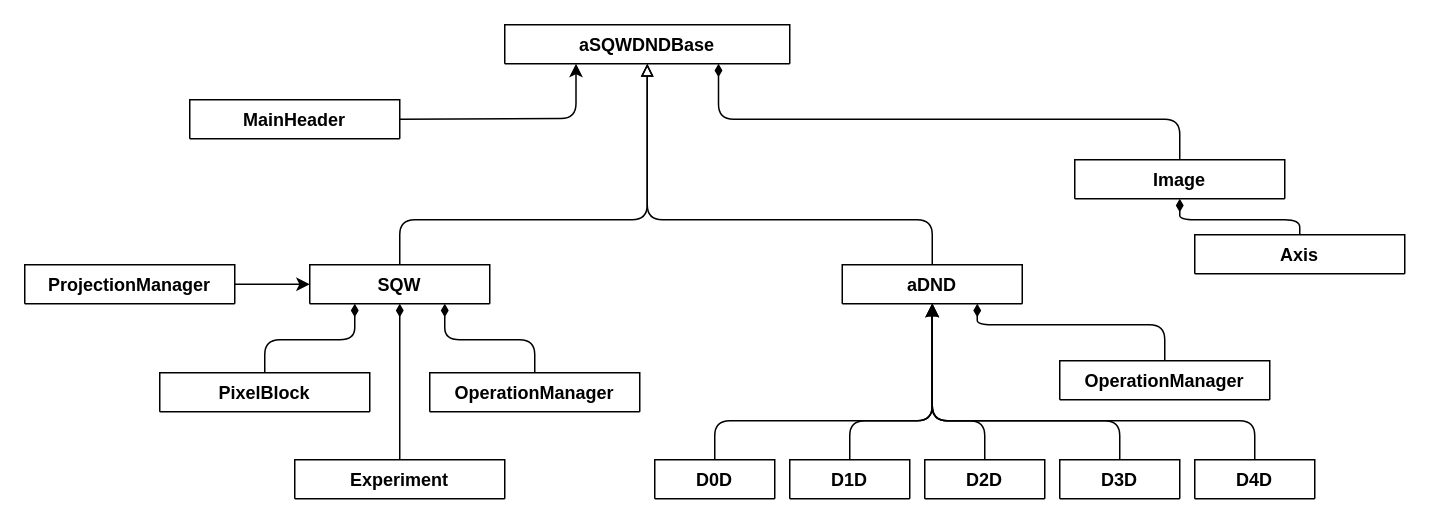
pace-neutrons/Horace keeps this draw.io diagram as page "SQW-DND" (4 of 4) of documentation/diagrams/sqw-dnd.drawio. Above is the earlier version. Source tidied: cells renumbered, new cells numbered last; positions are measured from the earlier drawing's top-left corner, leaving out a move shared by most shapes. Both pictures are drawn from the tidied source at 150%, with x=0, y=0 at pixel (24, 24).
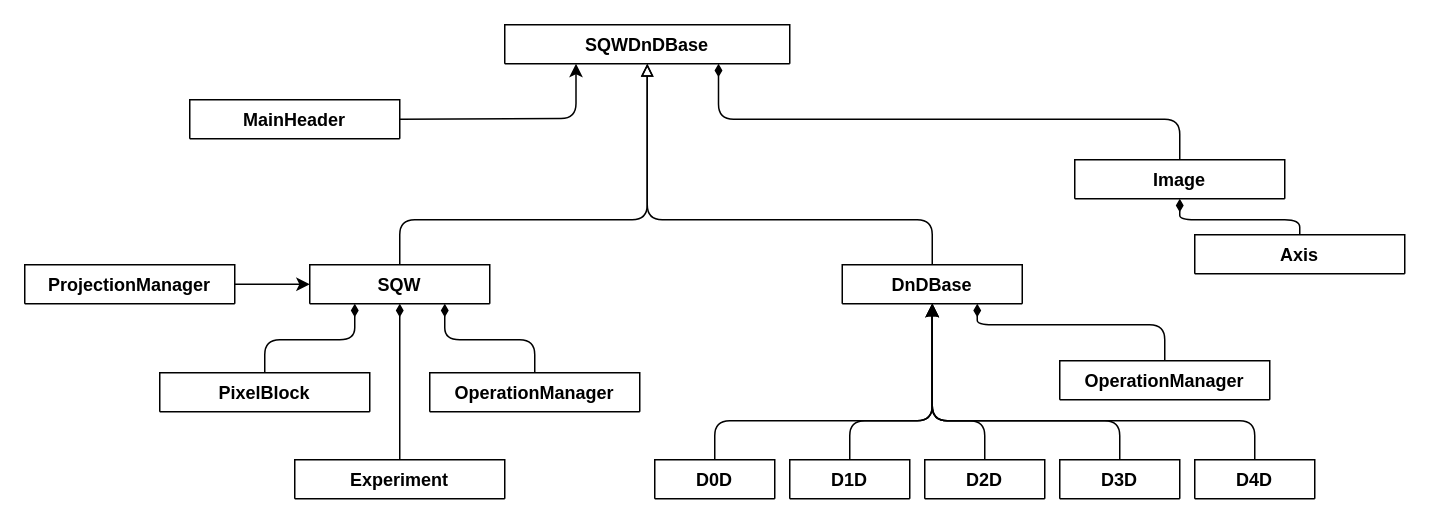
The same diagram, later.

Change to the diagram source:
```diff
@@
-    <mxCell id="23" value="aDND" style="swimlane;fontStyle=1;align=center;verticalAlign=top;horizontal=1;startSize=26;" parent="1" vertex="1" collapsed="1">
+    <mxCell id="23" value="DnDBase" style="swimlane;fontStyle=1;align=center;verticalAlign=top;horizontal=1;startSize=26;" parent="1" vertex="1" collapsed="1">
       <mxGeometry x="545" y="160" width="120" height="26" as="geometry" />
     </mxCell>
@@
-    <mxCell id="32" value="aSQWDNDBase" style="swimlane;fontStyle=1;align=center;verticalAlign=top;horizontal=1;startSize=26;" parent="1" vertex="1" collapsed="1">
+    <mxCell id="32" value="SQWDnDBase" style="swimlane;fontStyle=1;align=center;verticalAlign=top;horizontal=1;startSize=26;" parent="1" vertex="1" collapsed="1">
       <mxGeometry x="320" width="190" height="26" as="geometry" />
     </mxCell>
```
